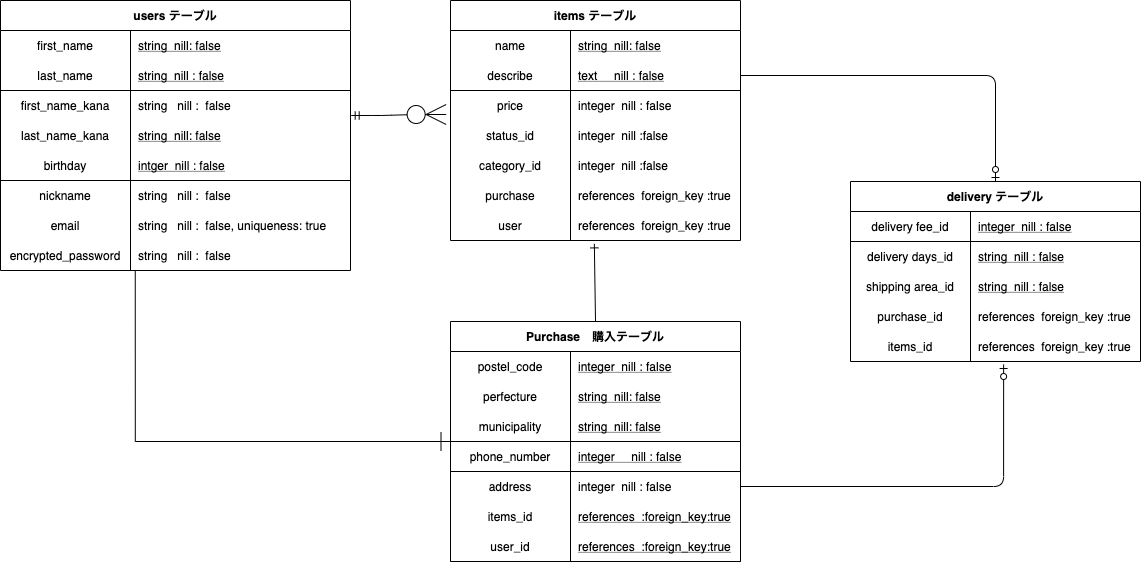
Earlier version of the draw.io export ER_map.drawio.png (zerechi-m/furima-34474). Source tidied: cells renumbered, new cells last; positions are measured from the earlier drawing's top-left corner, leaving out a move shared by most shapes.
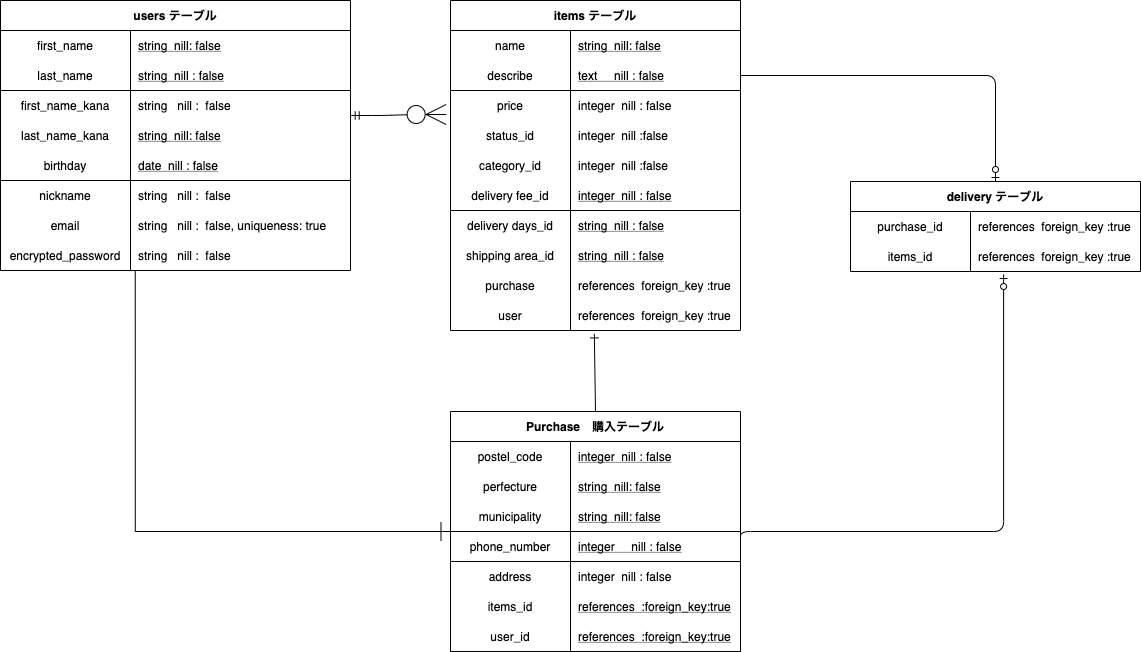
Above is the later version.

Commit message:
ER図・READMEの修正2

Change to the diagram source:
```diff
@@ -3,37 +3,10 @@
     <mxCell id="0" />
     <mxCell id="1" parent="0" />
     <mxCell id="2" value="delivery テーブル" style="shape=table;startSize=30;rowLines=0;fontStyle=1;align=center;" parent="1" vertex="1">
-      <mxGeometry x="850" y="181" width="290" height="180" as="geometry" />
+      <mxGeometry x="850" y="181" width="290" height="90" as="geometry" />
     </mxCell>
-    <mxCell id="3" style="shape=partialRectangle;fillColor=none;top=0;left=0;bottom=1;right=0;" parent="2" vertex="1">
-      <mxGeometry y="30" width="290" height="30" as="geometry" />
-    </mxCell>
-    <mxCell id="4" value="delivery fee_id" style="shape=partialRectangle;fillColor=none;top=0;left=0;bottom=0;right=0;fontStyle=0;overflow=hidden;" parent="3" vertex="1">
-      <mxGeometry width="120" height="30" as="geometry" />
-    </mxCell>
-    <mxCell id="5" value="integer  nill : false" style="shape=partialRectangle;fillColor=none;top=0;left=0;bottom=0;right=0;align=left;spacingLeft=6;fontStyle=4;overflow=hidden;" parent="3" vertex="1">
-      <mxGeometry x="120" width="170" height="30" as="geometry" />
-    </mxCell>
-    <mxCell id="6" style="shape=partialRectangle;fillColor=none;top=0;left=0;bottom=0;right=0;" parent="2" vertex="1">
-      <mxGeometry y="60" width="290" height="30" as="geometry" />
-    </mxCell>
-    <mxCell id="7" value="delivery days_id" style="shape=partialRectangle;fillColor=none;top=0;left=0;bottom=0;right=0;fontStyle=0;overflow=hidden;" parent="6" vertex="1">
-      <mxGeometry width="120" height="30" as="geometry" />
-    </mxCell>
-    <mxCell id="8" value="string  nill : false" style="shape=partialRectangle;fillColor=none;top=0;left=0;bottom=0;right=0;align=left;spacingLeft=6;fontStyle=4;overflow=hidden;" parent="6" vertex="1">
-      <mxGeometry x="120" width="170" height="30" as="geometry" />
-    </mxCell>
-    <mxCell id="9" style="shape=partialRectangle;fillColor=none;top=0;left=0;bottom=0;right=0;" parent="2" vertex="1">
-      <mxGeometry y="90" width="290" height="30" as="geometry" />
-    </mxCell>
-    <mxCell id="10" value="shipping area_id" style="shape=partialRectangle;fillColor=none;top=0;left=0;bottom=0;right=0;fontStyle=0;overflow=hidden;" parent="9" vertex="1">
-      <mxGeometry width="120" height="30" as="geometry" />
-    </mxCell>
-    <mxCell id="11" value="string  nill : false" style="shape=partialRectangle;fillColor=none;top=0;left=0;bottom=0;right=0;align=left;spacingLeft=6;fontStyle=4;overflow=hidden;" parent="9" vertex="1">
-      <mxGeometry x="120" width="170" height="30" as="geometry" />
-    </mxCell>
     <mxCell id="12" style="shape=partialRectangle;fillColor=none;top=0;left=0;bottom=0;right=0;" parent="2" vertex="1">
-      <mxGeometry y="120" width="290" height="30" as="geometry" />
+      <mxGeometry y="30" width="290" height="30" as="geometry" />
     </mxCell>
     <mxCell id="13" value="purchase_id" style="shape=partialRectangle;top=0;left=0;bottom=0;right=0;overflow=hidden;fillColor=none;strokeWidth=1;" parent="12" vertex="1">
       <mxGeometry width="120" height="30" as="geometry" />
@@ -42,7 +15,7 @@
       <mxGeometry x="120" width="170" height="30" as="geometry" />
     </mxCell>
     <mxCell id="15" style="shape=partialRectangle;fillColor=none;top=0;left=0;bottom=0;right=0;points=[[0,0.5],[1,0.5]];portConstraint=eastwest;" parent="2" vertex="1">
-      <mxGeometry y="150" width="290" height="30" as="geometry" />
+      <mxGeometry y="60" width="290" height="30" as="geometry" />
     </mxCell>
     <mxCell id="16" value="items_id" style="shape=partialRectangle;top=0;left=0;bottom=0;right=0;overflow=hidden;fillColor=none;strokeWidth=1;" parent="15" vertex="1">
       <mxGeometry width="120" height="30" as="geometry" />
@@ -95,7 +68,7 @@
     <mxCell id="32" value="birthday" style="shape=partialRectangle;fillColor=none;top=0;left=0;bottom=0;right=0;fontStyle=0;overflow=hidden;" parent="31" vertex="1">
       <mxGeometry width="130" height="30" as="geometry" />
     </mxCell>
-    <mxCell id="33" value="intger  nill : false" style="shape=partialRectangle;fillColor=none;top=0;left=0;bottom=0;right=0;align=left;spacingLeft=6;fontStyle=4;overflow=hidden;" parent="31" vertex="1">
+    <mxCell id="33" value="date  nill : false" style="shape=partialRectangle;fillColor=none;top=0;left=0;bottom=0;right=0;align=left;spacingLeft=6;fontStyle=4;overflow=hidden;" parent="31" vertex="1">
       <mxGeometry x="130" width="220" height="30" as="geometry" />
     </mxCell>
     <mxCell id="34" style="shape=partialRectangle;fillColor=none;top=0;left=0;bottom=0;right=0;" parent="18" vertex="1">
@@ -126,7 +99,7 @@
       <mxGeometry x="130" width="220" height="30" as="geometry" />
     </mxCell>
     <mxCell id="43" value="items テーブル" style="shape=table;startSize=30;rowLines=0;fontStyle=1;align=center;" parent="1" vertex="1">
-      <mxGeometry x="450" width="290" height="240" as="geometry" />
+      <mxGeometry x="450" width="290" height="330" as="geometry" />
     </mxCell>
     <mxCell id="44" style="shape=partialRectangle;fillColor=none;top=0;left=0;bottom=0;right=0;" parent="43" vertex="1">
       <mxGeometry y="30" width="290" height="30" as="geometry" />
@@ -173,8 +146,35 @@
     <mxCell id="58" value="integer  nill :false" style="shape=partialRectangle;top=0;left=0;bottom=0;right=0;align=left;spacingLeft=6;overflow=hidden;fillColor=none;strokeWidth=1;" parent="56" vertex="1">
       <mxGeometry x="120" width="170" height="30" as="geometry" />
     </mxCell>
+    <mxCell id="92" style="shape=partialRectangle;fillColor=none;top=0;left=0;bottom=1;right=0;" parent="43" vertex="1">
+      <mxGeometry y="180" width="290" height="30" as="geometry" />
+    </mxCell>
+    <mxCell id="4" value="delivery fee_id" style="shape=partialRectangle;fillColor=none;top=0;left=0;bottom=0;right=0;fontStyle=0;overflow=hidden;" parent="92" vertex="1">
+      <mxGeometry width="120" height="30" as="geometry" />
+    </mxCell>
+    <mxCell id="5" value="integer  nill : false" style="shape=partialRectangle;fillColor=none;top=0;left=0;bottom=0;right=0;align=left;spacingLeft=6;fontStyle=4;overflow=hidden;" parent="92" vertex="1">
+      <mxGeometry x="120" width="170" height="30" as="geometry" />
+    </mxCell>
+    <mxCell id="93" style="shape=partialRectangle;fillColor=none;top=0;left=0;bottom=0;right=0;" parent="43" vertex="1">
+      <mxGeometry y="210" width="290" height="30" as="geometry" />
+    </mxCell>
+    <mxCell id="7" value="delivery days_id" style="shape=partialRectangle;fillColor=none;top=0;left=0;bottom=0;right=0;fontStyle=0;overflow=hidden;" parent="93" vertex="1">
+      <mxGeometry width="120" height="30" as="geometry" />
+    </mxCell>
+    <mxCell id="94" value="string  nill : false" style="shape=partialRectangle;fillColor=none;top=0;left=0;bottom=0;right=0;align=left;spacingLeft=6;fontStyle=4;overflow=hidden;" parent="93" vertex="1">
+      <mxGeometry x="120" width="170" height="30" as="geometry" />
+    </mxCell>
+    <mxCell id="95" style="shape=partialRectangle;fillColor=none;top=0;left=0;bottom=0;right=0;" parent="43" vertex="1">
+      <mxGeometry y="240" width="290" height="30" as="geometry" />
+    </mxCell>
+    <mxCell id="10" value="shipping area_id" style="shape=partialRectangle;fillColor=none;top=0;left=0;bottom=0;right=0;fontStyle=0;overflow=hidden;" parent="95" vertex="1">
+      <mxGeometry width="120" height="30" as="geometry" />
+    </mxCell>
+    <mxCell id="96" value="string  nill : false" style="shape=partialRectangle;fillColor=none;top=0;left=0;bottom=0;right=0;align=left;spacingLeft=6;fontStyle=4;overflow=hidden;" parent="95" vertex="1">
+      <mxGeometry x="120" width="170" height="30" as="geometry" />
+    </mxCell>
     <mxCell id="59" style="shape=partialRectangle;fillColor=none;top=0;left=0;bottom=0;right=0;" parent="43" vertex="1">
-      <mxGeometry y="180" width="290" height="30" as="geometry" />
+      <mxGeometry y="270" width="290" height="30" as="geometry" />
     </mxCell>
     <mxCell id="60" value="purchase" style="shape=partialRectangle;top=0;left=0;bottom=0;right=0;overflow=hidden;fillColor=none;strokeWidth=1;" parent="59" vertex="1">
       <mxGeometry width="120" height="30" as="geometry" />
@@ -183,7 +183,7 @@
       <mxGeometry x="120" width="170" height="30" as="geometry" />
     </mxCell>
     <mxCell id="62" style="shape=partialRectangle;fillColor=none;top=0;left=0;bottom=0;right=0;points=[[0,0.5],[1,0.5]];portConstraint=eastwest;" parent="43" vertex="1">
-      <mxGeometry y="210" width="290" height="30" as="geometry" />
+      <mxGeometry y="300" width="290" height="30" as="geometry" />
     </mxCell>
     <mxCell id="63" value="user" style="shape=partialRectangle;top=0;left=0;bottom=0;right=0;overflow=hidden;fillColor=none;strokeWidth=1;" parent="62" vertex="1">
       <mxGeometry width="120" height="30" as="geometry" />
@@ -192,7 +192,7 @@
       <mxGeometry x="120" width="170" height="30" as="geometry" />
     </mxCell>
     <mxCell id="65" value="Purchase　購入テーブル" style="shape=table;startSize=30;rowLines=0;fontStyle=1;align=center;" parent="1" vertex="1">
-      <mxGeometry x="450" y="321" width="290" height="240" as="geometry" />
+      <mxGeometry x="450" y="411" width="290" height="240" as="geometry" />
     </mxCell>
     <mxCell id="66" style="shape=partialRectangle;fillColor=none;top=0;left=0;bottom=0;right=0;" parent="65" vertex="1">
       <mxGeometry y="30" width="290" height="30" as="geometry" />
@@ -266,10 +266,12 @@
     <mxCell id="89" style="fontSize=12;html=1;endArrow=ERone;endFill=0;strokeWidth=1;entryX=0.496;entryY=1.113;entryDx=0;entryDy=0;entryPerimeter=0;exitX=0.5;exitY=0;exitDx=0;exitDy=0;" parent="1" edge="1" source="65" target="62">
       <mxGeometry relative="1" as="geometry" />
     </mxCell>
-    <mxCell id="90" style="edgeStyle=orthogonalEdgeStyle;fontSize=12;html=1;endArrow=ERzeroToOne;endFill=1;strokeWidth=1;exitX=1;exitY=0.5;exitDx=0;exitDy=0;entryX=0.528;entryY=1.1;entryDx=0;entryDy=0;entryPerimeter=0;" parent="1" edge="1" source="78" target="15">
+    <mxCell id="90" style="edgeStyle=orthogonalEdgeStyle;fontSize=12;html=1;endArrow=ERzeroToOne;endFill=1;strokeWidth=1;entryX=0.528;entryY=1.1;entryDx=0;entryDy=0;entryPerimeter=0;" parent="1" edge="1" target="15">
       <mxGeometry relative="1" as="geometry">
+        <mxPoint x="740" y="541" as="sourcePoint" />
         <Array as="points">
-          <mxPoint x="1003" y="486" />
+          <mxPoint x="740" y="531" />
+          <mxPoint x="1003" y="531" />
         </Array>
       </mxGeometry>
     </mxCell>
```
